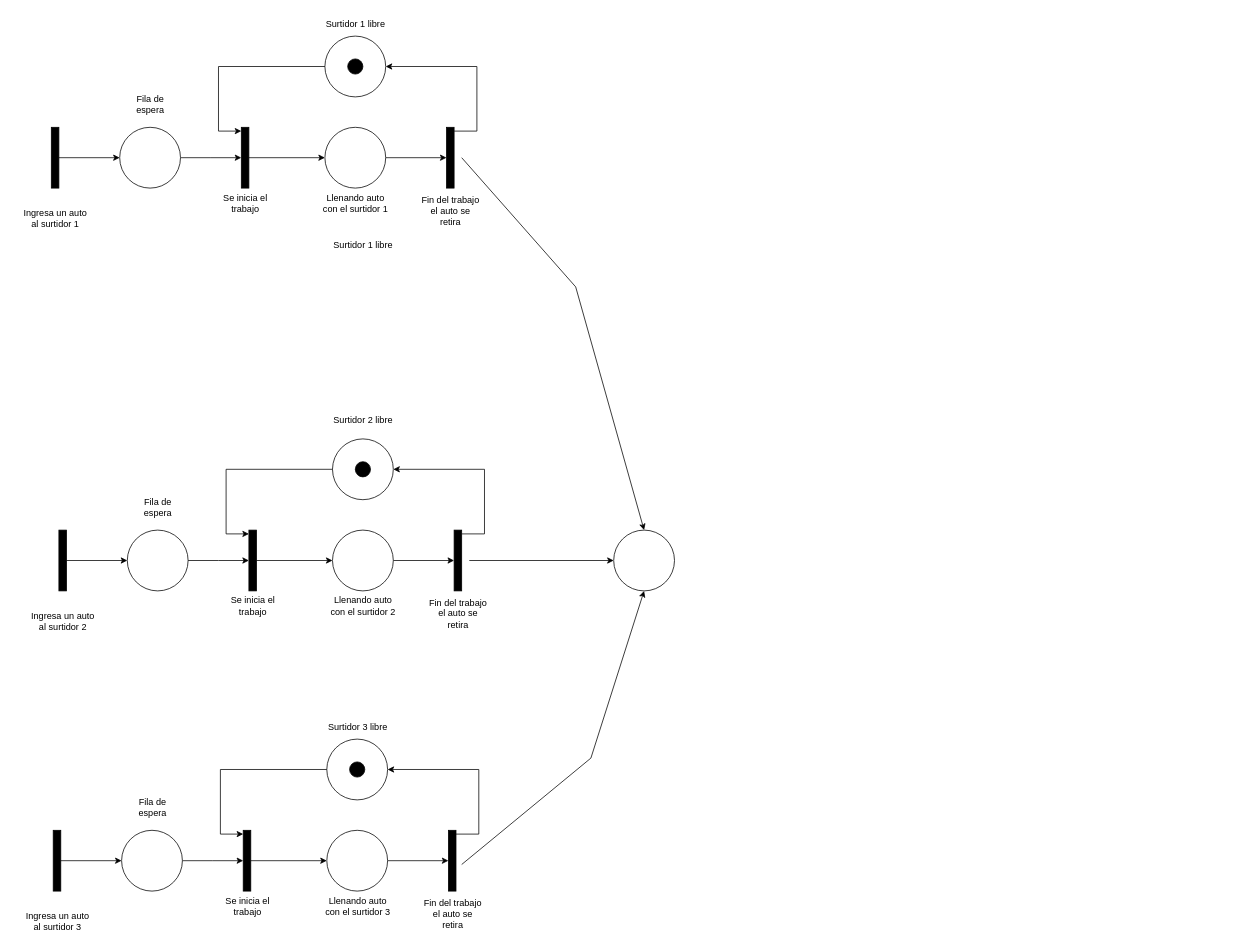
Before: RP /Ejercicio_4.drawio in imnotsetro/IDS-1, a draw.io diagram. Source tidied: cells renumbered, new cells numbered last; positions are measured from the earlier drawing's top-left corner, leaving out a move shared by most shapes. Both pictures are drawn from the tidied source at 76%, with x=0, y=0 at pixel (13, 13).
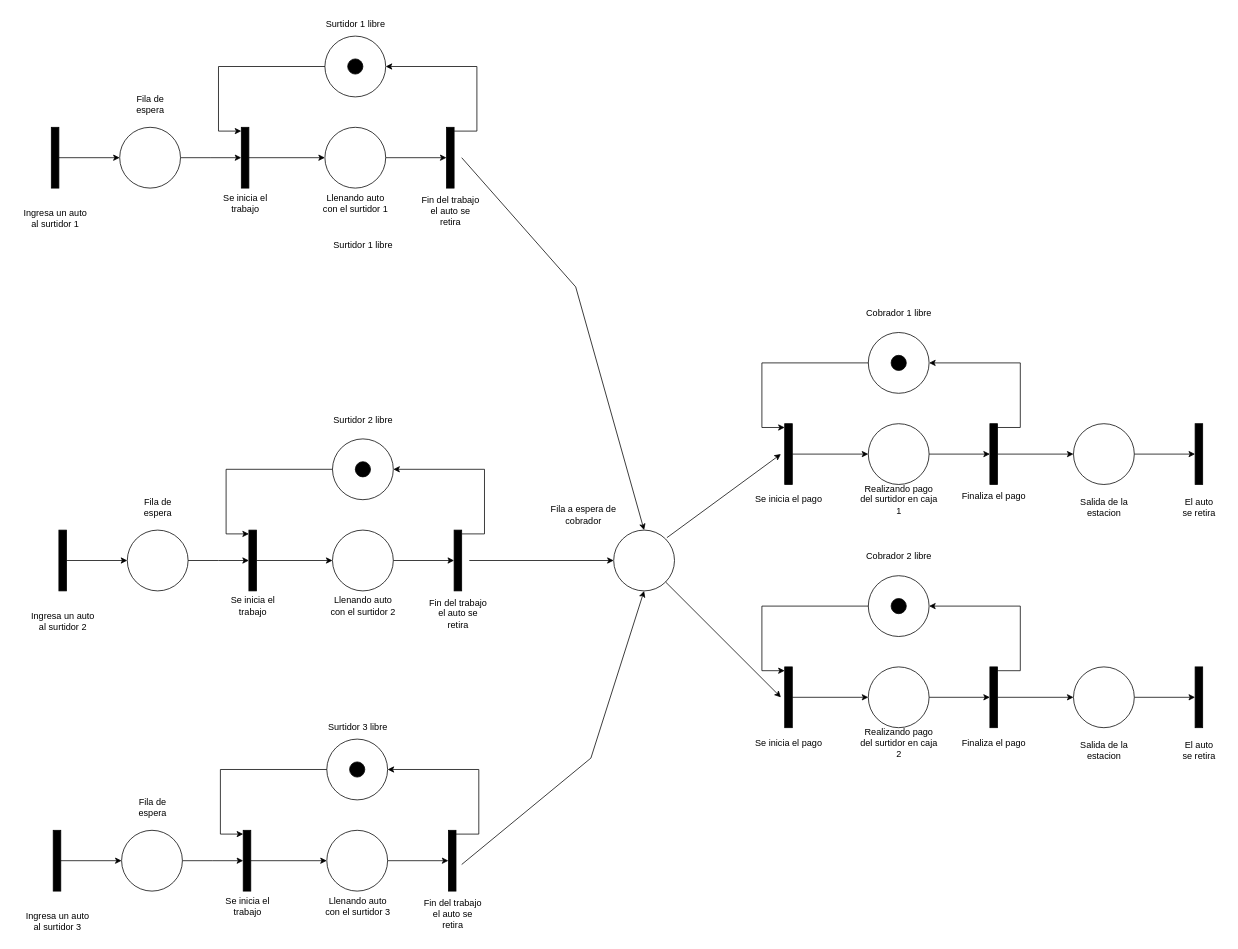
Above is the later version.

The change refers to these unchanged cells:
```xml
<mxCell id="60" style="ellipse;whiteSpace=wrap;html=1;" parent="1" vertex="1">
  <mxGeometry x="790" y="680" width="80" height="80" as="geometry" />
</mxCell>
```

What changed in the source:
```diff
@@
+    <mxCell id="64" value="&lt;div&gt;Fila a espera de&lt;/div&gt;&lt;div&gt;cobrador&lt;br&gt;&lt;/div&gt;" style="text;html=1;align=center;verticalAlign=middle;strokeColor=none;fillColor=none;" parent="1" vertex="1">
+      <mxGeometry x="695" y="640" width="110" height="40" as="geometry" />
+    </mxCell>
+    <mxCell id="65" style="edgeStyle=orthogonalEdgeStyle;rounded=0;jettySize=auto;html=1;curved=0;" parent="1" edge="1" source="66" target="68">
+      <mxGeometry relative="1" as="geometry" />
+    </mxCell>
+    <mxCell id="66" style="html=1;points=[[0,0,0,0,5],[0,1,0,0,-5],[1,0,0,0,5],[1,1,0,0,-5]];perimeter=orthogonalPerimeter;outlineConnect=0;targetShapes=umlLifeline;portConstraint=eastwest;newEdgeStyle={&quot;curved&quot;:0,&quot;rounded&quot;:0};fillColor=#000000;" parent="1" vertex="1">
+      <mxGeometry x="1015" y="540" width="10" height="80" as="geometry" />
+    </mxCell>
+    <mxCell id="67" style="edgeStyle=orthogonalEdgeStyle;rounded=0;jettySize=auto;html=1;" parent="1" edge="1" source="68" target="70">
+      <mxGeometry relative="1" as="geometry" />
+    </mxCell>
+    <mxCell id="68" style="ellipse;whiteSpace=wrap;html=1;" parent="1" vertex="1">
+      <mxGeometry x="1125" y="540" width="80" height="80" as="geometry" />
+    </mxCell>
+    <mxCell id="69" style="edgeStyle=orthogonalEdgeStyle;rounded=0;jettySize=auto;html=1;curved=0;" parent="1" edge="1" source="70" target="101">
+      <mxGeometry relative="1" as="geometry" />
+    </mxCell>
+    <mxCell id="70" style="html=1;points=[[0,0,0,0,5],[0,1,0,0,-5],[1,0,0,0,5],[1,1,0,0,-5]];perimeter=orthogonalPerimeter;outlineConnect=0;targetShapes=umlLifeline;portConstraint=eastwest;newEdgeStyle={&quot;curved&quot;:0,&quot;rounded&quot;:0};fillColor=#000000;" parent="1" vertex="1">
+      <mxGeometry x="1285" y="540" width="10" height="80" as="geometry" />
+    </mxCell>
+    <mxCell id="71" style="ellipse;whiteSpace=wrap;html=1;" parent="1" vertex="1">
+      <mxGeometry x="1125" y="420" width="80" height="80" as="geometry" />
+    </mxCell>
+    <mxCell id="72" style="ellipse;whiteSpace=wrap;html=1;fillColor=#000000;" parent="1" vertex="1">
+      <mxGeometry x="1155" y="450" width="20" height="20" as="geometry" />
+    </mxCell>
+    <mxCell id="73" style="endArrow=classic;html=1;rounded=0;exitX=1;exitY=0;exitDx=0;exitDy=5;exitPerimeter=0;entryX=1;entryY=0.5;entryDx=0;entryDy=0;" parent="1" edge="1" source="70" target="71">
+      <mxGeometry relative="1" as="geometry">
+        <Array as="points">
+          <mxPoint x="1325" y="545" />
+          <mxPoint x="1325" y="460" />
+        </Array>
+      </mxGeometry>
+    </mxCell>
+    <mxCell id="74" style="endArrow=classic;html=1;rounded=0;exitX=0;exitY=0.5;exitDx=0;exitDy=0;entryX=0;entryY=0;entryDx=0;entryDy=5;entryPerimeter=0;" parent="1" edge="1" source="71" target="66">
+      <mxGeometry relative="1" as="geometry">
+        <Array as="points">
+          <mxPoint x="985" y="460" />
+          <mxPoint x="985" y="545" />
+        </Array>
+      </mxGeometry>
+    </mxCell>
+    <mxCell id="75" value="Se inicia el pago" style="text;html=1;align=center;verticalAlign=middle;strokeColor=none;fillColor=none;" parent="1" vertex="1">
+      <mxGeometry x="965" y="625" width="110" height="30" as="geometry" />
+    </mxCell>
+    <mxCell id="76" value="&lt;div&gt;Realizando pago&lt;/div&gt;&lt;div&gt;del surtidor en caja&lt;/div&gt;&lt;div&gt;1&lt;br&gt;&lt;/div&gt;" style="text;html=1;align=center;verticalAlign=middle;strokeColor=none;fillColor=none;" parent="1" vertex="1">
+      <mxGeometry x="1100" y="610" width="130" height="60" as="geometry" />
+    </mxCell>
+    <mxCell id="77" value="Cobrador 1 libre" style="text;html=1;align=center;verticalAlign=middle;strokeColor=none;fillColor=none;" parent="1" vertex="1">
+      <mxGeometry x="1110" y="380" width="110" height="30" as="geometry" />
+    </mxCell>
+    <mxCell id="78" style="edgeStyle=orthogonalEdgeStyle;rounded=0;jettySize=auto;html=1;curved=0;" parent="1" edge="1" source="79" target="81">
+      <mxGeometry relative="1" as="geometry" />
+    </mxCell>
+    <mxCell id="79" style="html=1;points=[[0,0,0,0,5],[0,1,0,0,-5],[1,0,0,0,5],[1,1,0,0,-5]];perimeter=orthogonalPerimeter;outlineConnect=0;targetShapes=umlLifeline;portConstraint=eastwest;newEdgeStyle={&quot;curved&quot;:0,&quot;rounded&quot;:0};fillColor=#000000;" parent="1" vertex="1">
+      <mxGeometry x="1015" y="860" width="10" height="80" as="geometry" />
+    </mxCell>
+    <mxCell id="80" style="edgeStyle=orthogonalEdgeStyle;rounded=0;jettySize=auto;html=1;" parent="1" edge="1" source="81" target="83">
+      <mxGeometry relative="1" as="geometry" />
+    </mxCell>
+    <mxCell id="81" style="ellipse;whiteSpace=wrap;html=1;" parent="1" vertex="1">
+      <mxGeometry x="1125" y="860" width="80" height="80" as="geometry" />
+    </mxCell>
+    <mxCell id="82" style="edgeStyle=orthogonalEdgeStyle;rounded=0;jettySize=auto;html=1;curved=0;" parent="1" edge="1" source="83" target="96">
+      <mxGeometry relative="1" as="geometry" />
+    </mxCell>
+    <mxCell id="83" style="html=1;points=[[0,0,0,0,5],[0,1,0,0,-5],[1,0,0,0,5],[1,1,0,0,-5]];perimeter=orthogonalPerimeter;outlineConnect=0;targetShapes=umlLifeline;portConstraint=eastwest;newEdgeStyle={&quot;curved&quot;:0,&quot;rounded&quot;:0};fillColor=#000000;" parent="1" vertex="1">
+      <mxGeometry x="1285" y="860" width="10" height="80" as="geometry" />
+    </mxCell>
+    <mxCell id="84" style="ellipse;whiteSpace=wrap;html=1;" parent="1" vertex="1">
+      <mxGeometry x="1125" y="740" width="80" height="80" as="geometry" />
+    </mxCell>
+    <mxCell id="85" style="ellipse;whiteSpace=wrap;html=1;fillColor=#000000;" parent="1" vertex="1">
+      <mxGeometry x="1155" y="770" width="20" height="20" as="geometry" />
+    </mxCell>
+    <mxCell id="86" style="endArrow=classic;html=1;rounded=0;exitX=1;exitY=0;exitDx=0;exitDy=5;exitPerimeter=0;entryX=1;entryY=0.5;entryDx=0;entryDy=0;" parent="1" edge="1" source="83" target="84">
+      <mxGeometry relative="1" as="geometry">
+        <Array as="points">
+          <mxPoint x="1325" y="865" />
+          <mxPoint x="1325" y="780" />
+        </Array>
+      </mxGeometry>
+    </mxCell>
+    <mxCell id="87" style="endArrow=classic;html=1;rounded=0;exitX=0;exitY=0.5;exitDx=0;exitDy=0;entryX=0;entryY=0;entryDx=0;entryDy=5;entryPerimeter=0;" parent="1" edge="1" source="84" target="79">
+      <mxGeometry relative="1" as="geometry">
+        <Array as="points">
+          <mxPoint x="985" y="780" />
+          <mxPoint x="985" y="865" />
+        </Array>
+      </mxGeometry>
+    </mxCell>
+    <mxCell id="88" value="Se inicia el pago" style="text;html=1;align=center;verticalAlign=middle;strokeColor=none;fillColor=none;" parent="1" vertex="1">
+      <mxGeometry x="965" y="945" width="110" height="30" as="geometry" />
+    </mxCell>
+    <mxCell id="89" value="&lt;div&gt;Realizando pago&lt;/div&gt;&lt;div&gt;del surtidor en caja&lt;/div&gt;&lt;div&gt;2&lt;br&gt;&lt;/div&gt;" style="text;html=1;align=center;verticalAlign=middle;strokeColor=none;fillColor=none;" parent="1" vertex="1">
+      <mxGeometry x="1100" y="930" width="130" height="60" as="geometry" />
+    </mxCell>
+    <mxCell id="90" value="Cobrador 2 libre" style="text;html=1;align=center;verticalAlign=middle;strokeColor=none;fillColor=none;" parent="1" vertex="1">
+      <mxGeometry x="1110" y="700" width="110" height="30" as="geometry" />
+    </mxCell>
+    <mxCell id="91" value="Finaliza el pago" style="text;html=1;align=center;verticalAlign=middle;strokeColor=none;fillColor=none;" parent="1" vertex="1">
+      <mxGeometry x="1235" y="945" width="110" height="30" as="geometry" />
+    </mxCell>
+    <mxCell id="92" value="Finaliza el pago" style="text;html=1;align=center;verticalAlign=middle;strokeColor=none;fillColor=none;" parent="1" vertex="1">
+      <mxGeometry x="1235" y="620" width="110" height="30" as="geometry" />
+    </mxCell>
+    <mxCell id="93" style="endArrow=classic;html=1;rounded=0;" parent="1" edge="1">
+      <mxGeometry relative="1" as="geometry">
+        <mxPoint x="860" y="690" as="sourcePoint" />
+        <mxPoint x="1010" y="580" as="targetPoint" />
+      </mxGeometry>
+    </mxCell>
+    <mxCell id="94" style="endArrow=classic;html=1;rounded=0;exitX=1;exitY=1;exitDx=0;exitDy=0;" parent="1" edge="1" source="60">
+      <mxGeometry relative="1" as="geometry">
+        <mxPoint x="1010" y="900" as="targetPoint" />
+      </mxGeometry>
+    </mxCell>
+    <mxCell id="95" style="edgeStyle=orthogonalEdgeStyle;rounded=0;jettySize=auto;html=1;" parent="1" edge="1" source="96" target="98">
+      <mxGeometry relative="1" as="geometry" />
+    </mxCell>
+    <mxCell id="96" style="ellipse;whiteSpace=wrap;html=1;" parent="1" vertex="1">
+      <mxGeometry x="1395" y="860" width="80" height="80" as="geometry" />
+    </mxCell>
+    <mxCell id="97" value="&lt;div&gt;Salida de la&lt;/div&gt;&lt;div&gt;estacion&lt;br&gt;&lt;/div&gt;" style="text;html=1;align=center;verticalAlign=middle;strokeColor=none;fillColor=none;" parent="1" vertex="1">
+      <mxGeometry x="1390" y="950" width="90" height="40" as="geometry" />
+    </mxCell>
+    <mxCell id="98" style="html=1;points=[[0,0,0,0,5],[0,1,0,0,-5],[1,0,0,0,5],[1,1,0,0,-5]];perimeter=orthogonalPerimeter;outlineConnect=0;targetShapes=umlLifeline;portConstraint=eastwest;newEdgeStyle={&quot;curved&quot;:0,&quot;rounded&quot;:0};fillColor=#000000;" parent="1" vertex="1">
+      <mxGeometry x="1555" y="860" width="10" height="80" as="geometry" />
+    </mxCell>
+    <mxCell id="99" value="&lt;div&gt;El auto&lt;/div&gt;&lt;div&gt;se retira&lt;br&gt;&lt;/div&gt;" style="text;html=1;align=center;verticalAlign=middle;strokeColor=none;fillColor=none;" parent="1" vertex="1">
+      <mxGeometry x="1525" y="950" width="70" height="40" as="geometry" />
+    </mxCell>
+    <mxCell id="100" style="edgeStyle=orthogonalEdgeStyle;rounded=0;jettySize=auto;html=1;" parent="1" edge="1" source="101" target="103">
+      <mxGeometry relative="1" as="geometry" />
+    </mxCell>
+    <mxCell id="101" style="ellipse;whiteSpace=wrap;html=1;" parent="1" vertex="1">
+      <mxGeometry x="1395" y="540" width="80" height="80" as="geometry" />
+    </mxCell>
+    <mxCell id="102" value="&lt;div&gt;Salida de la&lt;/div&gt;&lt;div&gt;estacion&lt;br&gt;&lt;/div&gt;" style="text;html=1;align=center;verticalAlign=middle;strokeColor=none;fillColor=none;" parent="1" vertex="1">
+      <mxGeometry x="1390" y="630" width="90" height="40" as="geometry" />
+    </mxCell>
+    <mxCell id="103" style="html=1;points=[[0,0,0,0,5],[0,1,0,0,-5],[1,0,0,0,5],[1,1,0,0,-5]];perimeter=orthogonalPerimeter;outlineConnect=0;targetShapes=umlLifeline;portConstraint=eastwest;newEdgeStyle={&quot;curved&quot;:0,&quot;rounded&quot;:0};fillColor=#000000;" parent="1" vertex="1">
+      <mxGeometry x="1555" y="540" width="10" height="80" as="geometry" />
+    </mxCell>
+    <mxCell id="104" value="&lt;div&gt;El auto&lt;/div&gt;&lt;div&gt;se retira&lt;br&gt;&lt;/div&gt;" style="text;html=1;align=center;verticalAlign=middle;strokeColor=none;fillColor=none;" parent="1" vertex="1">
+      <mxGeometry x="1525" y="630" width="70" height="40" as="geometry" />
+    </mxCell>
```
